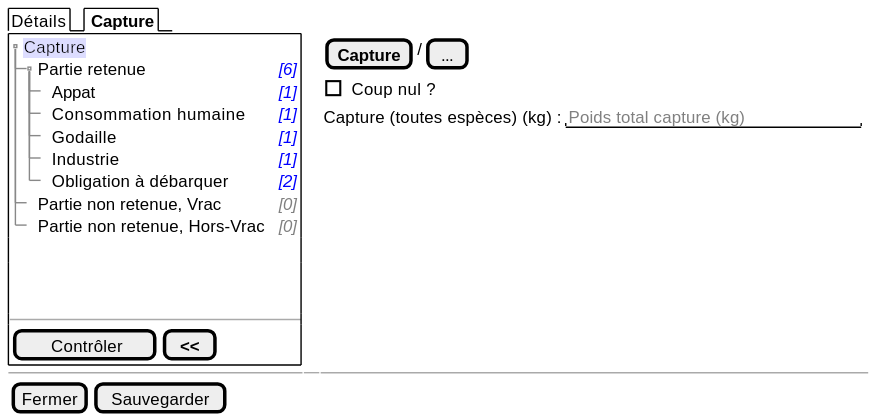
The PlantUML diagram projects/obsmer/spe/images/batch/batch-tree.svg in sumaris-net/sumaris-doc, before a commit.
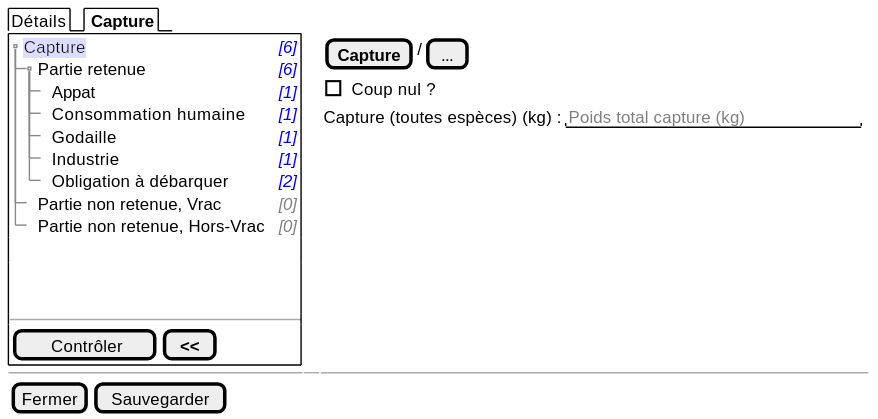
After the commit.

Diff of the diagram source:
```diff
@@ -3,7 +3,7 @@
   {/ Détails | <b> Capture }
   {+
    {T
-       + <back:#DDF>Capture    | .
+       + <back:#DDF>Capture    | <i><color:blue>[6]
        ++ Partie retenue       | <i><color:blue>[6]
        +++ Appat | <i><color:blue>[1]
        +++ Consommation humaine | <i><color:blue>[1]
```
